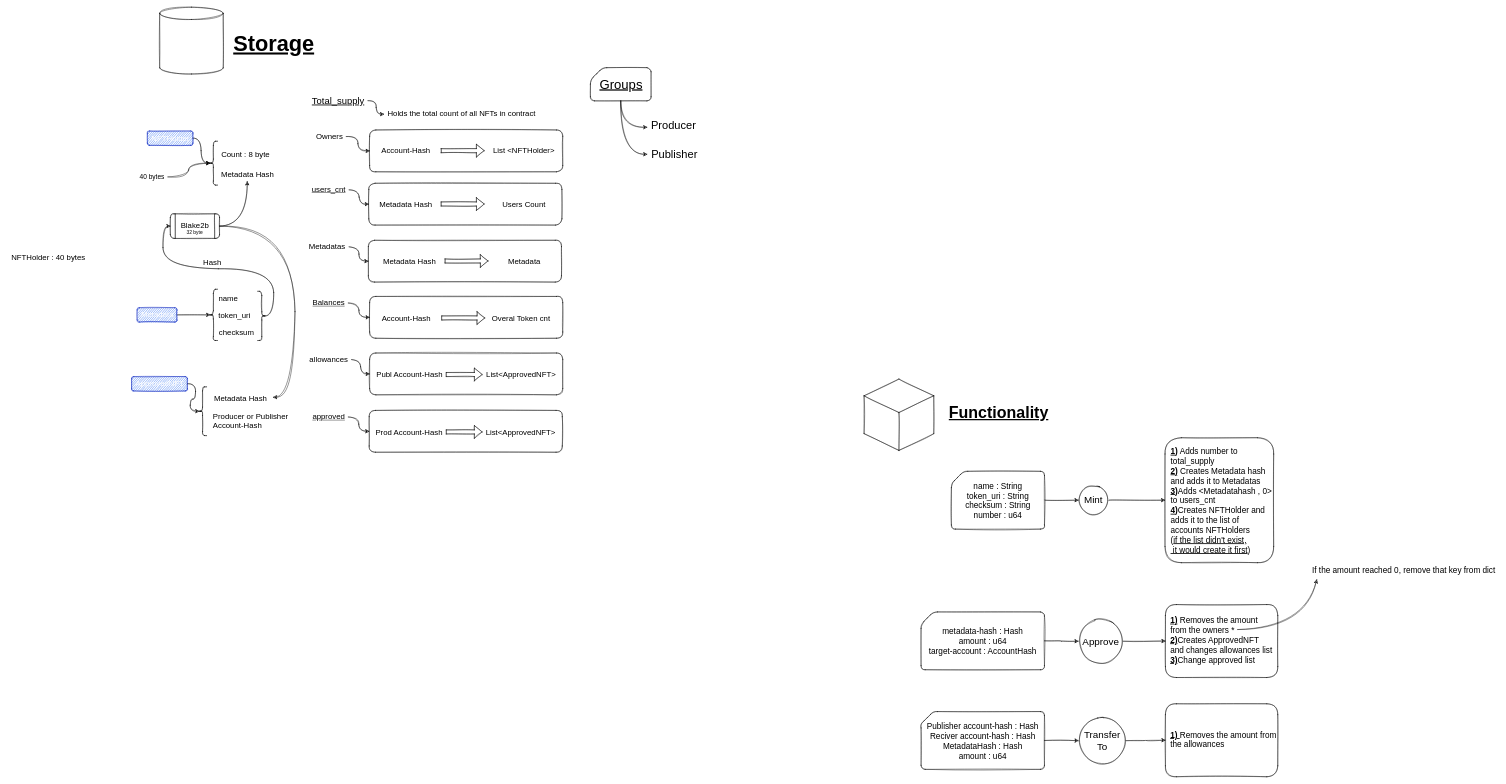
Earlier version of the draw.io diagram LOL.drawio (k3rn3lpanicc/NDPC-SmartContract). Source tidied: cells renumbered, new cells numbered last; positions are measured from the earlier drawing's top-left corner, leaving out a move shared by most shapes. Both pictures are drawn from the tidied source at 41%, with x=0, y=0 at pixel (7, 7).
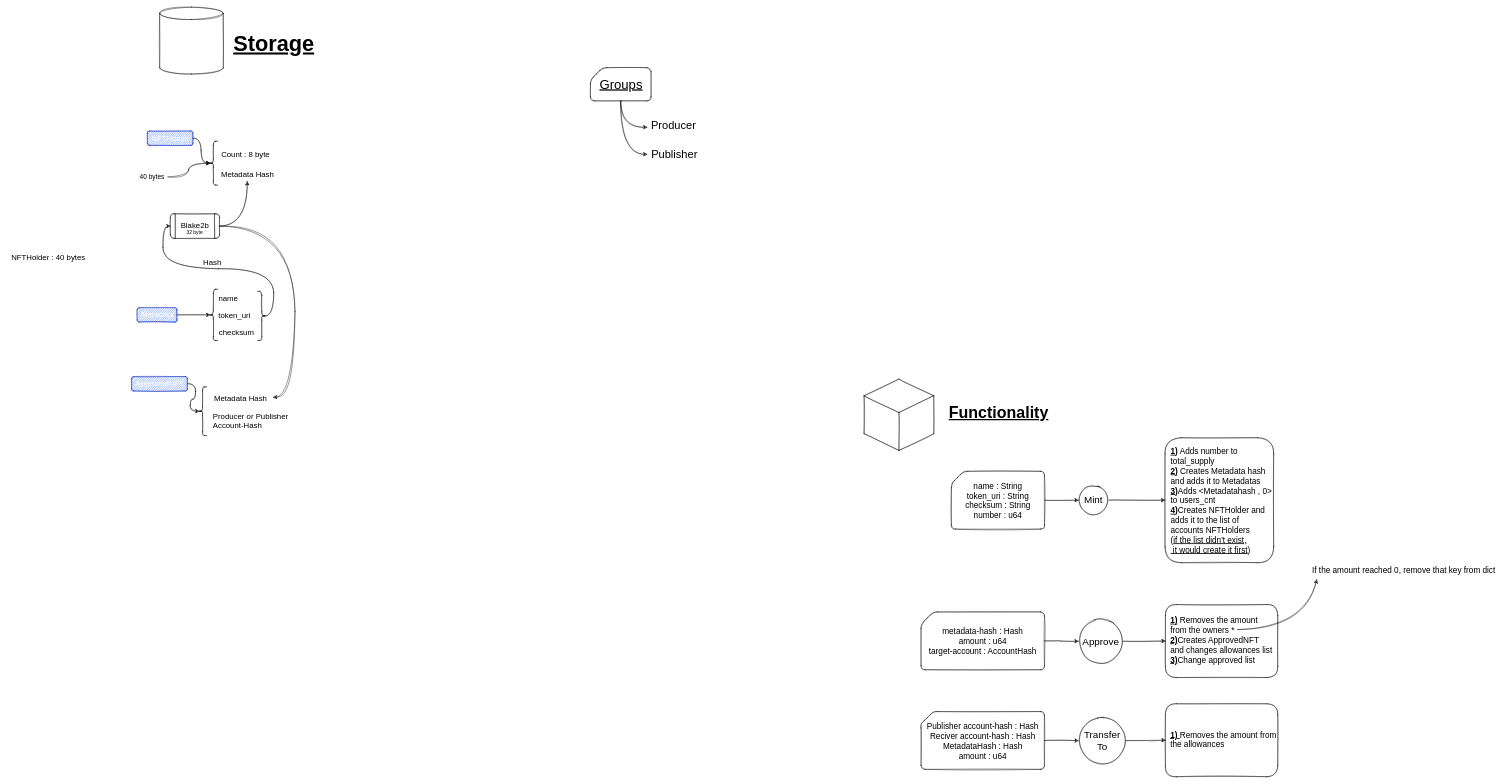
After the change.

The edit, as a diff of the source:
```diff
@@
-    <mxCell id="7" style="rounded=1;whiteSpace=wrap;html=1;sketch=1;" parent="1" vertex="1">
-      <mxGeometry x="884" y="299.5" width="471" height="102" as="geometry" />
-    </mxCell>
-    <mxCell id="8" value="Account-Hash" style="text;html=1;align=center;verticalAlign=middle;strokeColor=none;fillColor=none;fontSize=19;strokeWidth=1;rounded=1;sketch=1;" parent="1" vertex="1">
-      <mxGeometry x="903" y="333" width="137" height="35" as="geometry" />
-    </mxCell>
-    <mxCell id="9" style="shape=flexArrow;endArrow=classic;html=1;rounded=1;sketch=1;curved=1;" parent="1" edge="1">
-      <mxGeometry relative="1" as="geometry">
-        <mxPoint x="1058" y="350" as="sourcePoint" />
-        <mxPoint x="1164" y="350" as="targetPoint" />
-      </mxGeometry>
-    </mxCell>
-    <mxCell id="10" value="List &amp;lt;NFTHolder&amp;gt;" style="text;html=1;align=center;verticalAlign=middle;strokeColor=none;fillColor=none;fontSize=19;strokeWidth=1;rounded=1;glass=0;shadow=0;sketch=1;" parent="1" vertex="1">
-      <mxGeometry x="1176" y="333" width="168" height="35" as="geometry" />
-    </mxCell>
-    <mxCell id="11" style="edgeStyle=orthogonalEdgeStyle;rounded=1;jettySize=auto;html=1;entryX=0;entryY=0.5;entryDx=0;entryDy=0;fontSize=46;sketch=1;curved=1;" parent="1" edge="1" source="12" target="7">
-      <mxGeometry relative="1" as="geometry" />
-    </mxCell>
-    <mxCell id="12" value="Owners" style="text;html=1;align=center;verticalAlign=middle;points=[];strokeColor=none;fillColor=none;fontSize=19;strokeWidth=1;rounded=1;sketch=1;" parent="1" vertex="1">
-      <mxGeometry x="744" y="298" width="83" height="35" as="geometry" />
-    </mxCell>
-    <mxCell id="13" style="rounded=1;whiteSpace=wrap;html=1;sketch=1;" parent="1" vertex="1">
-      <mxGeometry x="882" y="429.5" width="471" height="102" as="geometry" />
-    </mxCell>
-    <mxCell id="14" style="edgeStyle=orthogonalEdgeStyle;rounded=1;jettySize=auto;html=1;entryX=0;entryY=0.5;entryDx=0;entryDy=0;fontSize=46;sketch=1;curved=1;" parent="1" edge="1" target="13">
-      <mxGeometry relative="1" as="geometry">
-        <mxPoint x="834" y="445.5" as="sourcePoint" />
-      </mxGeometry>
-    </mxCell>
-    <mxCell id="15" value="users_cnt" style="text;html=1;align=center;verticalAlign=middle;strokeColor=none;fillColor=none;fontSize=19;strokeWidth=1;rounded=1;fontStyle=4;sketch=1;" parent="1" vertex="1">
-      <mxGeometry x="734" y="427" width="100" height="35" as="geometry" />
-    </mxCell>
-    <mxCell id="16" style="edgeStyle=orthogonalEdgeStyle;rounded=1;jettySize=auto;html=1;entryX=0.003;entryY=0.543;entryDx=0;entryDy=0;entryPerimeter=0;fontSize=19;sketch=1;curved=1;" parent="1" edge="1" source="17" target="18">
-      <mxGeometry relative="1" as="geometry" />
-    </mxCell>
-    <mxCell id="17" value="Total_supply" style="text;html=1;align=center;verticalAlign=middle;points=[];strokeColor=none;fillColor=none;fontSize=23;fontStyle=4;sketch=1;rounded=1;" parent="1" vertex="1">
-      <mxGeometry x="734" y="208" width="146" height="40" as="geometry" />
-    </mxCell>
-    <mxCell id="18" value="Holds the total count of all NFTs in contract" style="text;html=1;align=center;verticalAlign=middle;points=[];strokeColor=none;fillColor=none;fontSize=19;rounded=1;shadow=0;glass=0;sketch=1;" parent="1" vertex="1">
-      <mxGeometry x="918" y="242" width="379" height="35" as="geometry" />
-    </mxCell>
-    <mxCell id="19" style="rounded=1;whiteSpace=wrap;html=1;sketch=1;" parent="1" vertex="1">
-      <mxGeometry x="881" y="568.5" width="471" height="102" as="geometry" />
-    </mxCell>
-    <mxCell id="20" style="edgeStyle=orthogonalEdgeStyle;rounded=1;jettySize=auto;html=1;entryX=0;entryY=0.5;entryDx=0;entryDy=0;fontSize=46;sketch=1;curved=1;" parent="1" edge="1" target="19">
-      <mxGeometry relative="1" as="geometry">
-        <mxPoint x="834" y="584.5" as="sourcePoint" />
-      </mxGeometry>
-    </mxCell>
-    <mxCell id="21" value="Metadatas" style="text;html=1;align=center;verticalAlign=middle;strokeColor=none;fillColor=none;fontSize=19;strokeWidth=1;rounded=1;sketch=1;" parent="1" vertex="1">
-      <mxGeometry x="726" y="566" width="107" height="35" as="geometry" />
-    </mxCell>
@@
-    <mxCell id="40" value="Metadata Hash" style="text;html=1;align=center;verticalAlign=middle;strokeColor=none;fillColor=none;fontSize=19;strokeWidth=1;rounded=1;sketch=1;" parent="1" vertex="1">
-      <mxGeometry x="898" y="463" width="147" height="35" as="geometry" />
-    </mxCell>
-    <mxCell id="41" style="shape=flexArrow;endArrow=classic;html=1;rounded=1;sketch=1;curved=1;" parent="1" edge="1">
-      <mxGeometry relative="1" as="geometry">
-        <mxPoint x="1058" y="480" as="sourcePoint" />
-        <mxPoint x="1164" y="480" as="targetPoint" />
-      </mxGeometry>
-    </mxCell>
-    <mxCell id="42" value="Users Count" style="text;html=1;align=center;verticalAlign=middle;strokeColor=none;fillColor=none;fontSize=19;strokeWidth=1;rounded=1;glass=0;shadow=0;sketch=1;" parent="1" vertex="1">
-      <mxGeometry x="1198" y="463" width="124" height="35" as="geometry" />
-    </mxCell>
-    <mxCell id="43" value="Metadata Hash" style="text;html=1;align=center;verticalAlign=middle;strokeColor=none;fillColor=none;fontSize=19;strokeWidth=1;rounded=1;sketch=1;" parent="1" vertex="1">
-      <mxGeometry x="907.5" y="602" width="147" height="35" as="geometry" />
-    </mxCell>
-    <mxCell id="44" style="shape=flexArrow;endArrow=classic;html=1;rounded=1;sketch=1;curved=1;" parent="1" edge="1">
-      <mxGeometry relative="1" as="geometry">
-        <mxPoint x="1067.5" y="619" as="sourcePoint" />
-        <mxPoint x="1173.5" y="619" as="targetPoint" />
-      </mxGeometry>
-    </mxCell>
-    <mxCell id="45" value="Metadata" style="text;html=1;align=center;verticalAlign=middle;strokeColor=none;fillColor=none;fontSize=19;strokeWidth=1;rounded=1;glass=0;shadow=0;sketch=1;" parent="1" vertex="1">
-      <mxGeometry x="1212" y="602" width="97" height="35" as="geometry" />
-    </mxCell>
-    <mxCell id="46" style="rounded=1;whiteSpace=wrap;html=1;sketch=1;" parent="1" vertex="1">
-      <mxGeometry x="884" y="705.5" width="471" height="102" as="geometry" />
-    </mxCell>
-    <mxCell id="47" style="edgeStyle=orthogonalEdgeStyle;rounded=1;jettySize=auto;html=1;entryX=0;entryY=0.5;entryDx=0;entryDy=0;fontSize=46;sketch=1;curved=1;" parent="1" edge="1" source="48" target="46">
-      <mxGeometry relative="1" as="geometry" />
-    </mxCell>
-    <mxCell id="48" value="Balances" style="text;html=1;align=center;verticalAlign=middle;points=[];strokeColor=none;fillColor=none;fontSize=19;strokeWidth=1;rounded=1;fontStyle=4;sketch=1;" parent="1" vertex="1">
-      <mxGeometry x="736" y="704" width="96" height="35" as="geometry" />
-    </mxCell>
-    <mxCell id="49" value="Account-Hash" style="text;html=1;align=center;verticalAlign=middle;strokeColor=none;fillColor=none;fontSize=19;strokeWidth=1;rounded=1;sketch=1;" parent="1" vertex="1">
-      <mxGeometry x="904.5" y="741" width="137" height="35" as="geometry" />
-    </mxCell>
-    <mxCell id="50" style="shape=flexArrow;endArrow=classic;html=1;rounded=1;sketch=1;curved=1;" parent="1" edge="1">
-      <mxGeometry relative="1" as="geometry">
-        <mxPoint x="1059.5" y="758" as="sourcePoint" />
-        <mxPoint x="1165.5" y="758" as="targetPoint" />
-      </mxGeometry>
-    </mxCell>
-    <mxCell id="51" value="Overal Token cnt" style="text;html=1;align=center;verticalAlign=middle;strokeColor=none;fillColor=none;fontSize=19;strokeWidth=1;rounded=1;glass=0;shadow=0;sketch=1;" parent="1" vertex="1">
-      <mxGeometry x="1173" y="741" width="160" height="35" as="geometry" />
-    </mxCell>
@@
-    <mxCell id="66" style="rounded=1;whiteSpace=wrap;html=1;sketch=1;" parent="1" vertex="1">
-      <mxGeometry x="884" y="843.5" width="471" height="102" as="geometry" />
-    </mxCell>
-    <mxCell id="67" style="edgeStyle=orthogonalEdgeStyle;rounded=1;jettySize=auto;html=1;entryX=0;entryY=0.5;entryDx=0;entryDy=0;fontSize=46;sketch=1;curved=1;" parent="1" edge="1" source="68" target="66">
-      <mxGeometry relative="1" as="geometry" />
-    </mxCell>
-    <mxCell id="68" value="allowances" style="text;html=1;align=center;verticalAlign=middle;points=[];strokeColor=none;fillColor=none;fontSize=19;strokeWidth=1;rounded=1;sketch=1;" parent="1" vertex="1">
-      <mxGeometry x="728" y="842" width="112" height="35" as="geometry" />
-    </mxCell>
-    <mxCell id="69" value="Publ Account-Hash" style="text;html=1;align=center;verticalAlign=middle;strokeColor=none;fillColor=none;fontSize=19;strokeWidth=1;rounded=1;sketch=1;" parent="1" vertex="1">
-      <mxGeometry x="890.5" y="879" width="180" height="35" as="geometry" />
-    </mxCell>
-    <mxCell id="70" style="shape=flexArrow;endArrow=classic;html=1;rounded=1;sketch=1;curved=1;" parent="1" edge="1">
-      <mxGeometry relative="1" as="geometry">
-        <mxPoint x="1070.5" y="896" as="sourcePoint" />
-        <mxPoint x="1159" y="896" as="targetPoint" />
-      </mxGeometry>
-    </mxCell>
-    <mxCell id="71" value="List&amp;lt;ApprovedNFT&amp;gt;" style="text;html=1;align=center;verticalAlign=middle;strokeColor=none;fillColor=none;fontSize=19;strokeWidth=1;rounded=1;glass=0;shadow=0;sketch=1;" parent="1" vertex="1">
-      <mxGeometry x="1159" y="879" width="188" height="35" as="geometry" />
-    </mxCell>
@@
-    <mxCell id="83" style="rounded=1;whiteSpace=wrap;html=1;sketch=1;" parent="1" vertex="1">
-      <mxGeometry x="883" y="983.5" width="471" height="102" as="geometry" />
-    </mxCell>
-    <mxCell id="84" style="edgeStyle=orthogonalEdgeStyle;rounded=1;jettySize=auto;html=1;entryX=0;entryY=0.5;entryDx=0;entryDy=0;fontSize=46;sketch=1;curved=1;" parent="1" edge="1" source="85" target="83">
-      <mxGeometry relative="1" as="geometry" />
-    </mxCell>
-    <mxCell id="85" value="approved" style="text;html=1;align=center;verticalAlign=middle;points=[];strokeColor=none;fillColor=none;fontSize=19;strokeWidth=1;rounded=1;fontStyle=4;sketch=1;" parent="1" vertex="1">
-      <mxGeometry x="735" y="982" width="97" height="35" as="geometry" />
-    </mxCell>
-    <mxCell id="86" value="Prod Account-Hash" style="text;html=1;align=center;verticalAlign=middle;strokeColor=none;fillColor=none;fontSize=19;strokeWidth=1;rounded=1;sketch=1;" parent="1" vertex="1">
-      <mxGeometry x="888.5" y="1019" width="182" height="35" as="geometry" />
-    </mxCell>
-    <mxCell id="87" style="shape=flexArrow;endArrow=classic;html=1;rounded=1;sketch=1;curved=1;" parent="1" edge="1">
-      <mxGeometry relative="1" as="geometry">
-        <mxPoint x="1070.5" y="1036" as="sourcePoint" />
-        <mxPoint x="1159" y="1036" as="targetPoint" />
-      </mxGeometry>
-    </mxCell>
-    <mxCell id="88" value="List&amp;lt;ApprovedNFT&amp;gt;" style="text;html=1;align=center;verticalAlign=middle;strokeColor=none;fillColor=none;fontSize=19;strokeWidth=1;rounded=1;glass=0;shadow=0;sketch=1;" parent="1" vertex="1">
-      <mxGeometry x="1158" y="1019" width="188" height="35" as="geometry" />
-    </mxCell>
```
